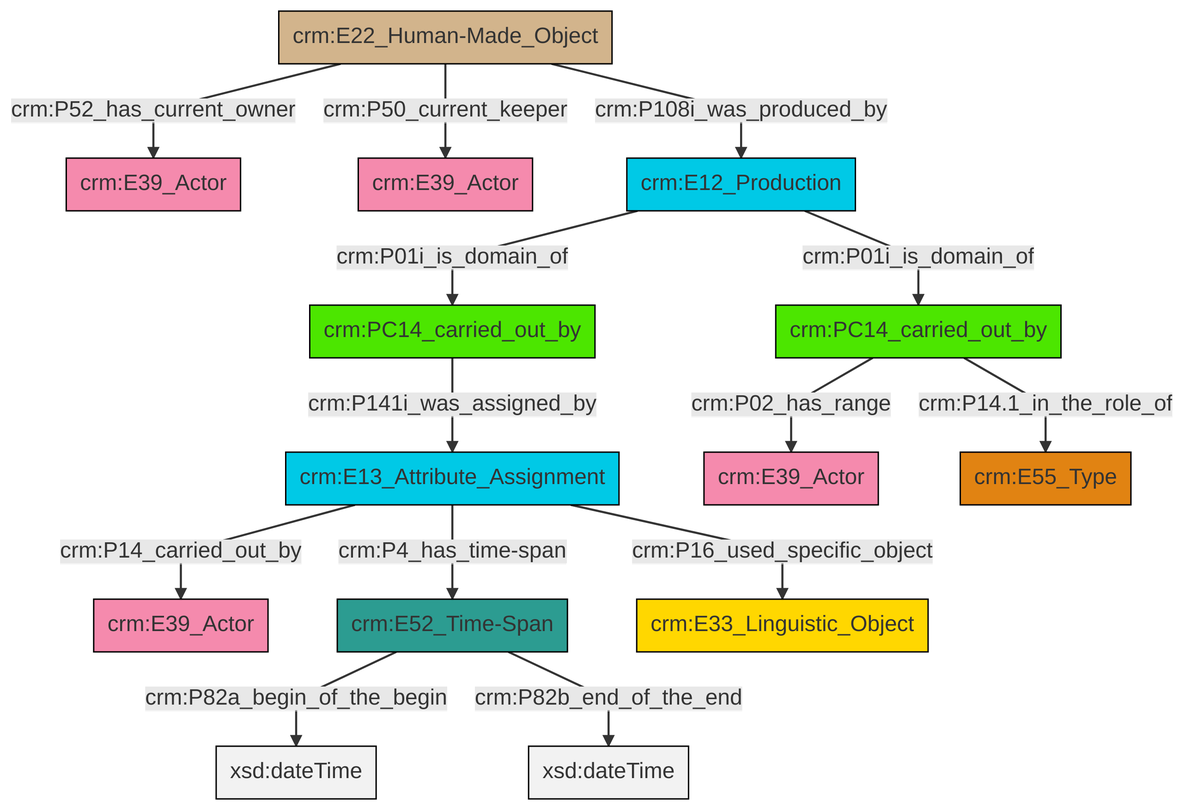
Above: et/carrierCSV/ttl/mmd/png/carrier_relations.png in swiss-art-research-net/docs.swissartresearch (Mermaid), before the change. Its source is kept beside it as et/carrierCSV/ttl/mmd/carrier_relations.ttl.mmd.
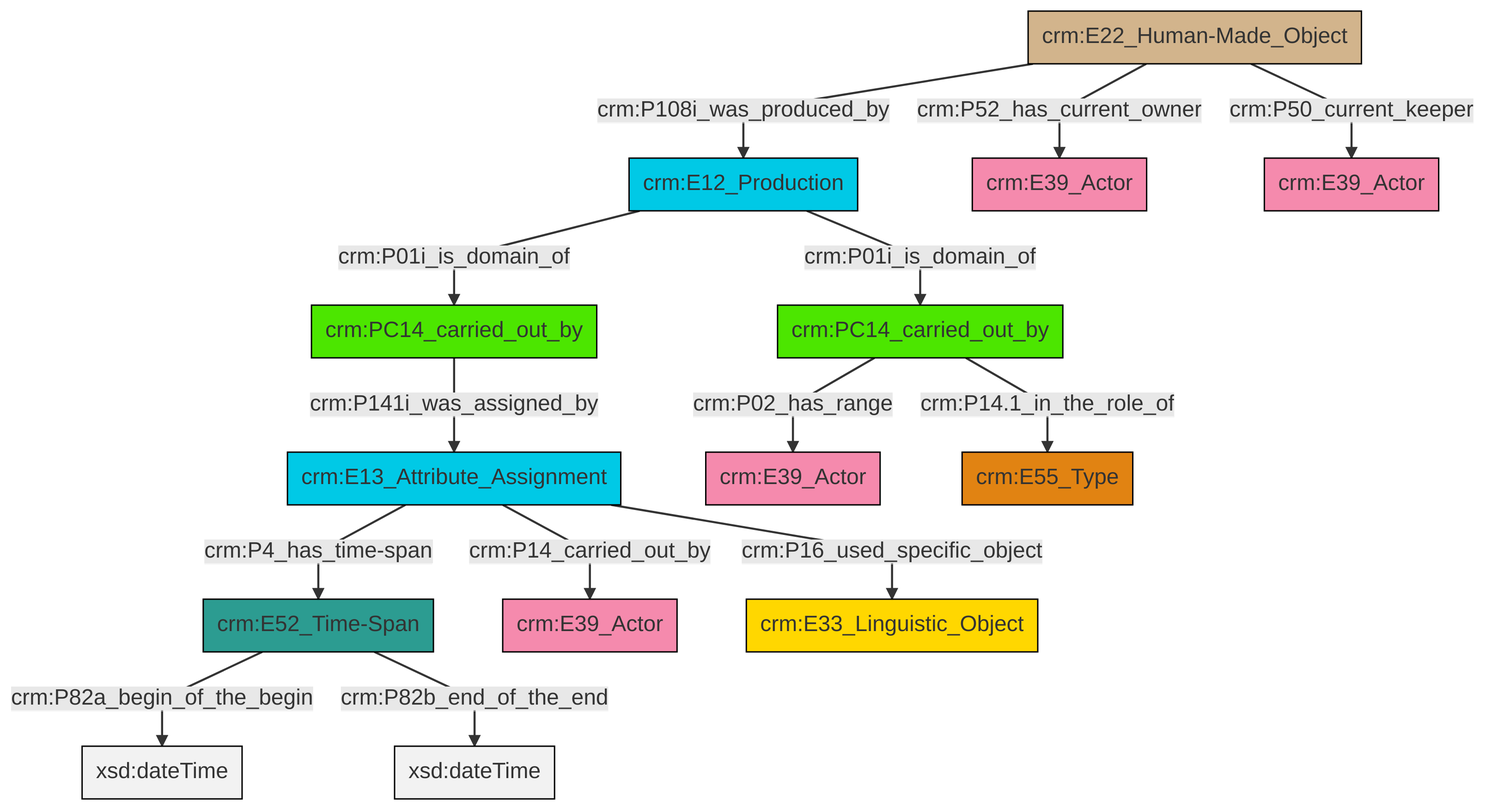
The same diagram one commit later.

What changed in the source:
```diff
@@ -13,16 +13,16 @@
 classDef PC_Classes fill:#4ce600, stroke:#000000;
 classDef Multi fill:#cccccc,stroke:#000000;
 
-0["crm:E22_Human-Made_Object"]:::Physical_Thing -->|crm:P52_has_current_owner| 1["crm:E39_Actor"]:::Actor
-2["crm:E13_Attribute_Assignment"]:::Temporal_Entity -->|crm:P14_carried_out_by| 3["crm:E39_Actor"]:::Actor
-6["crm:E52_Time-Span"]:::Time-Span -->|crm:P82a_begin_of_the_begin| 7[xsd:dateTime]:::Literal
-11["crm:E12_Production"]:::Temporal_Entity -->|crm:P01i_is_domain_of| 12["crm:PC14_carried_out_by"]:::PC_Classes
-2["crm:E13_Attribute_Assignment"]:::Temporal_Entity -->|crm:P4_has_time-span| 6["crm:E52_Time-Span"]:::Time-Span
-0["crm:E22_Human-Made_Object"]:::Physical_Thing -->|crm:P108i_was_produced_by| 11["crm:E12_Production"]:::Temporal_Entity
-9["crm:PC14_carried_out_by"]:::PC_Classes -->|crm:P14.1_in_the_role_of| 19["crm:E55_Type"]:::Type
-6["crm:E52_Time-Span"]:::Time-Span -->|crm:P82b_end_of_the_end| 20[xsd:dateTime]:::Literal
-11["crm:E12_Production"]:::Temporal_Entity -->|crm:P01i_is_domain_of| 9["crm:PC14_carried_out_by"]:::PC_Classes
-0["crm:E22_Human-Made_Object"]:::Physical_Thing -->|crm:P50_current_keeper| 4["crm:E39_Actor"]:::Actor
-12["crm:PC14_carried_out_by"]:::PC_Classes -->|crm:P141i_was_assigned_by| 2["crm:E13_Attribute_Assignment"]:::Temporal_Entity
-2["crm:E13_Attribute_Assignment"]:::Temporal_Entity -->|crm:P16_used_specific_object| 16["crm:E33_Linguistic_Object"]:::Conceptual_Object
-9["crm:PC14_carried_out_by"]:::PC_Classes -->|crm:P02_has_range| 14["crm:E39_Actor"]:::Actor
+2["crm:E52_Time-Span"]:::Time-Span -->|crm:P82a_begin_of_the_begin| 3[xsd:dateTime]:::Literal
+4["crm:PC14_carried_out_by"]:::PC_Classes -->|crm:P141i_was_assigned_by| 5["crm:E13_Attribute_Assignment"]:::Temporal_Entity
+6["crm:E22_Human-Made_Object"]:::Physical_Thing -->|crm:P108i_was_produced_by| 0["crm:E12_Production"]:::Temporal_Entity
+6["crm:E22_Human-Made_Object"]:::Physical_Thing -->|crm:P52_has_current_owner| 9["crm:E39_Actor"]:::Actor
+14["crm:PC14_carried_out_by"]:::PC_Classes -->|crm:P14.1_in_the_role_of| 15["crm:E55_Type"]:::Type
+0["crm:E12_Production"]:::Temporal_Entity -->|crm:P01i_is_domain_of| 4["crm:PC14_carried_out_by"]:::PC_Classes
+0["crm:E12_Production"]:::Temporal_Entity -->|crm:P01i_is_domain_of| 14["crm:PC14_carried_out_by"]:::PC_Classes
+5["crm:E13_Attribute_Assignment"]:::Temporal_Entity -->|crm:P4_has_time-span| 2["crm:E52_Time-Span"]:::Time-Span
+2["crm:E52_Time-Span"]:::Time-Span -->|crm:P82b_end_of_the_end| 21[xsd:dateTime]:::Literal
+5["crm:E13_Attribute_Assignment"]:::Temporal_Entity -->|crm:P14_carried_out_by| 7["crm:E39_Actor"]:::Actor
+14["crm:PC14_carried_out_by"]:::PC_Classes -->|crm:P02_has_range| 10["crm:E39_Actor"]:::Actor
+5["crm:E13_Attribute_Assignment"]:::Temporal_Entity -->|crm:P16_used_specific_object| 18["crm:E33_Linguistic_Object"]:::Conceptual_Object
+6["crm:E22_Human-Made_Object"]:::Physical_Thing -->|crm:P50_current_keeper| 12["crm:E39_Actor"]:::Actor
```
